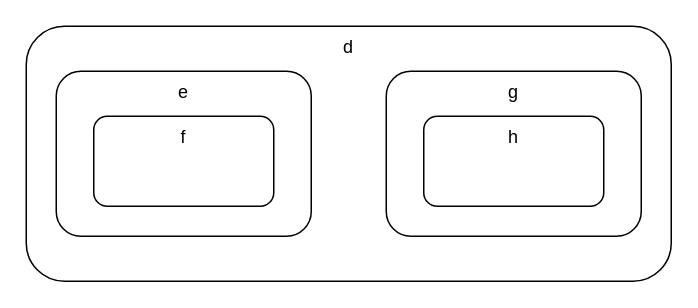
This is diagram.drawio from guitarvydas/diagram-parsing, a draw.io file, before an edit. Source tidied: cells renumbered, new cells numbered last; positions are measured from the earlier drawing's top-left corner, leaving out a move shared by most shapes. Both pictures are drawn from the tidied source at 150%, with x=0, y=0 at pixel (26, 26).
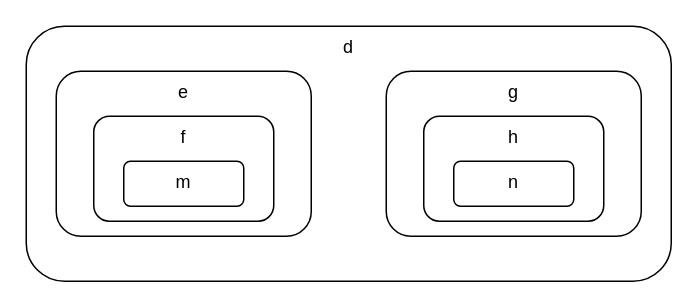
The same page after the edit.

What changed in the source:
```diff
@@
 <mxGraphModel>
   <root>
     <mxCell id="0" />
     <mxCell id="1" parent="0" />
     <mxCell id="2" value="d" style="rounded=1;whiteSpace=wrap;html=1;verticalAlign=top;fontStyle=0;" parent="1" vertex="1">
       <mxGeometry width="430" height="170" as="geometry" />
     </mxCell>
     <mxCell id="3" value="e" style="rounded=1;whiteSpace=wrap;html=1;verticalAlign=top;fontStyle=0;" parent="1" vertex="1">
       <mxGeometry x="20" y="30" width="170" height="110" as="geometry" />
     </mxCell>
     <mxCell id="4" value="f" style="rounded=1;whiteSpace=wrap;html=1;verticalAlign=top;fontStyle=0;" parent="1" vertex="1">
-      <mxGeometry x="45" y="60" width="120" height="60" as="geometry" />
+      <mxGeometry x="45" y="60" width="120" height="70" as="geometry" />
     </mxCell>
     <mxCell id="5" value="g" style="rounded=1;whiteSpace=wrap;html=1;verticalAlign=top;fontStyle=0;" parent="1" vertex="1">
       <mxGeometry x="240" y="30" width="170" height="110" as="geometry" />
     </mxCell>
     <mxCell id="6" value="h" style="rounded=1;whiteSpace=wrap;html=1;verticalAlign=top;fontStyle=0;" parent="1" vertex="1">
-      <mxGeometry x="265" y="60" width="120" height="60" as="geometry" />
+      <mxGeometry x="265" y="60" width="120" height="70" as="geometry" />
     </mxCell>
+    <mxCell id="7" value="m" style="rounded=1;whiteSpace=wrap;html=1;verticalAlign=top;fontStyle=0;" parent="1" vertex="1">
+      <mxGeometry x="65" y="90" width="80" height="30" as="geometry" />
+    </mxCell>
+    <mxCell id="8" value="n" style="rounded=1;whiteSpace=wrap;html=1;verticalAlign=top;fontStyle=0;" parent="1" vertex="1">
+      <mxGeometry x="285" y="90" width="80" height="30" as="geometry" />
+    </mxCell>
   </root>
 </mxGraphModel>
```
